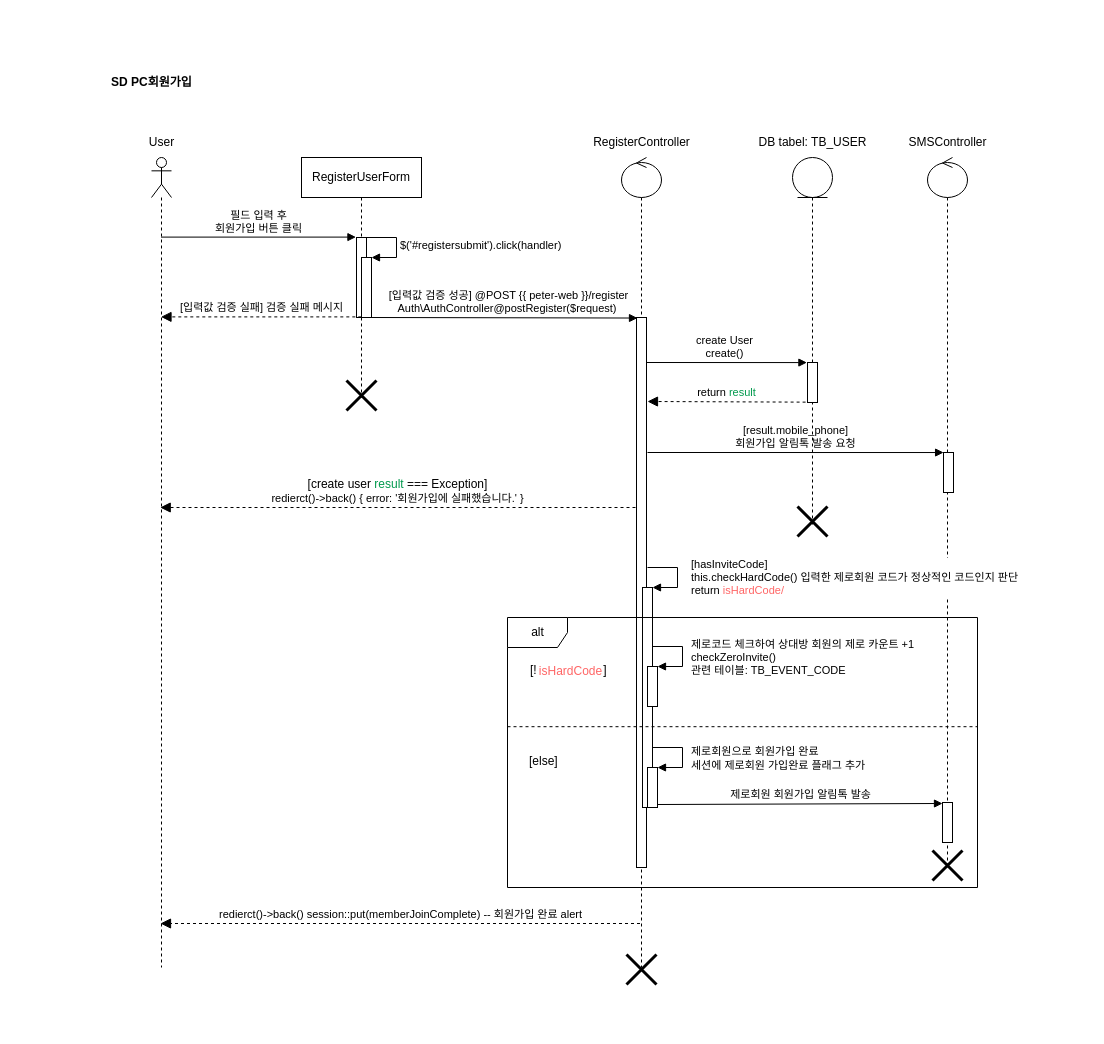
This is page "PC 회원가입 ver3" (4 of 4) of sequenceDiagram.drawio from duchangkim/draw.io, a draw.io file, before an edit. Source tidied: cells renumbered, new cells numbered last; positions are measured from the earlier drawing's top-left corner, leaving out a move shared by most shapes. Both pictures are drawn from the tidied source at 100%, with x=0, y=0 at pixel (17, 17).
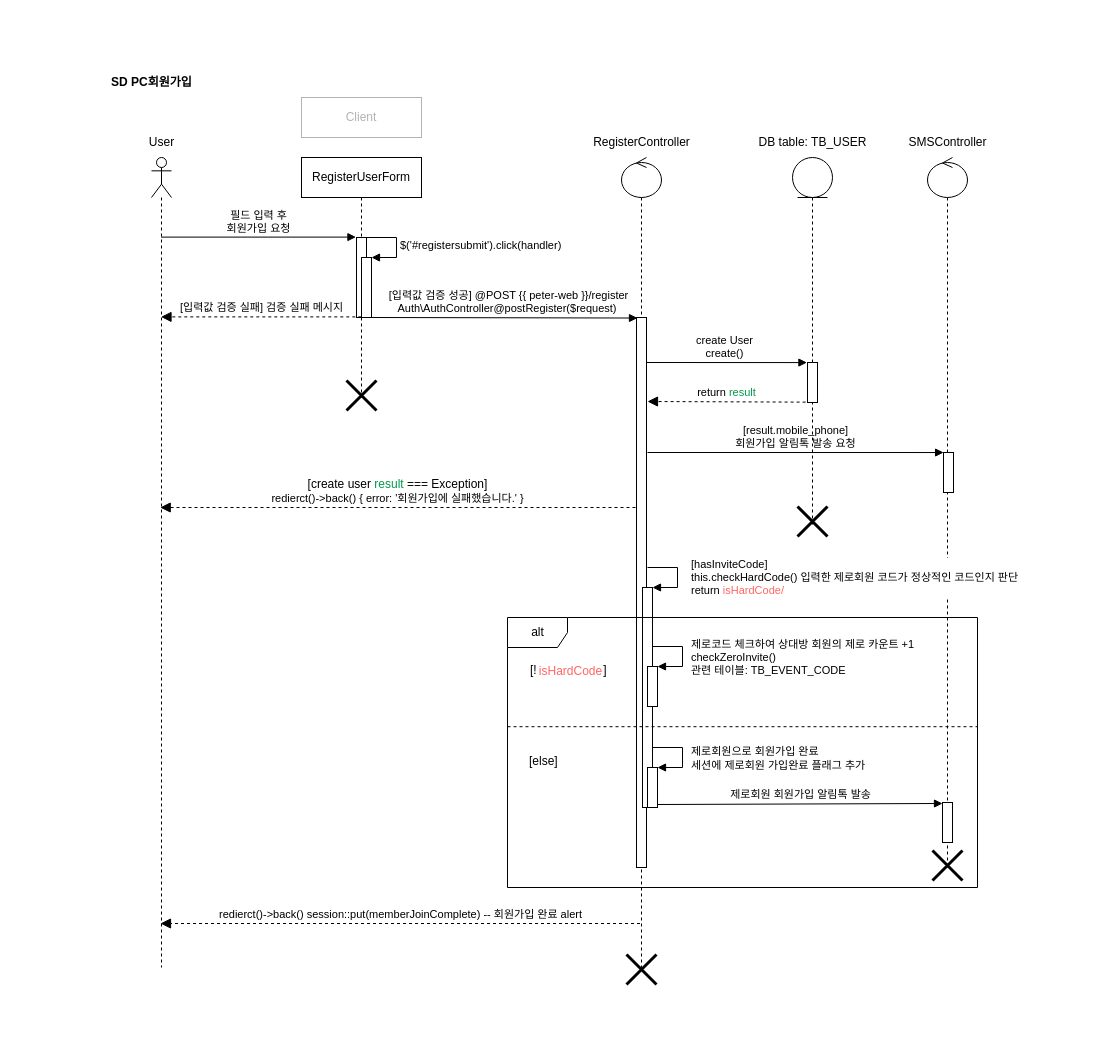
The same page after the edit.

The change refers to these unchanged cells:
```xml
<mxCell id="6" style="shape=umlLifeline;participant=umlActor;perimeter=lifelinePerimeter;whiteSpace=wrap;html=1;verticalAlign=top;spacingTop=36;outlineConnect=0;" parent="1" vertex="1">
  <mxGeometry x="134" y="140" width="20" height="810" as="geometry" />
</mxCell>
<mxCell id="13" style="html=1;points=[];perimeter=orthogonalPerimeter;" parent="12" vertex="1">
  <mxGeometry x="55" y="80" width="10" height="80" as="geometry" />
</mxCell>
```

What changed in the source:
```diff
@@
-    <mxCell id="16" value="필드 입력 후&lt;br&gt;회원가입 버튼 클릭" style="html=1;verticalAlign=bottom;endArrow=block;rounded=0;entryX=-0.057;entryY=-0.005;entryDx=0;entryDy=0;entryPerimeter=0;" parent="1" edge="1" source="6" target="13">
+    <mxCell id="16" value="필드 입력 후&lt;br&gt;회원가입 요청" style="html=1;verticalAlign=bottom;endArrow=block;rounded=0;entryX=-0.057;entryY=-0.005;entryDx=0;entryDy=0;entryPerimeter=0;" parent="1" edge="1" source="6" target="13">
       <mxGeometry relative="1" as="geometry" />
     </mxCell>
@@
-    <mxCell id="26" value="DB tabel: TB_USER" style="text;html=1;align=center;verticalAlign=middle;strokeColor=none;fillColor=none;" parent="1" vertex="1">
+    <mxCell id="26" value="DB table: TB_USER" style="text;html=1;align=center;verticalAlign=middle;strokeColor=none;fillColor=none;" parent="1" vertex="1">
       <mxGeometry x="730" y="110" width="130" height="30" as="geometry" />
     </mxCell>
@@
+    <mxCell id="43" value="&lt;font color=&quot;#b3b3b3&quot;&gt;Client&lt;/font&gt;" style="rounded=0;whiteSpace=wrap;html=1;strokeColor=#B3B3B3;" parent="1" vertex="1">
+      <mxGeometry x="284" y="80" width="120" height="40" as="geometry" />
+    </mxCell>
```
